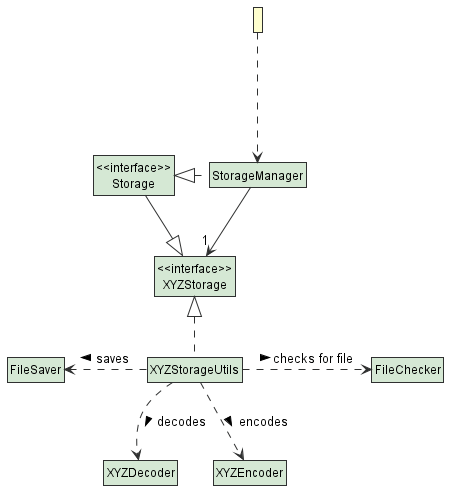
Before: docs/images/StorageClassDiagram.png, a diagram exported from PlantUML (tryyang2001/tp).
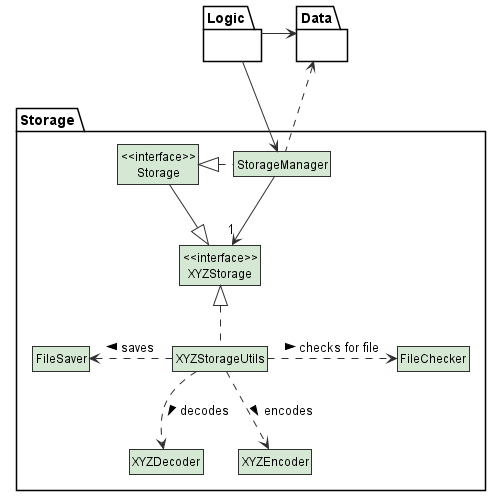
The same file after the commit.

Commit message:
Update class diagrams

What changed in the source:
```diff
@@ -6,6 +6,7 @@
 hide interface fields
 hide interface methods
 
+package Storage {
 class XYZDecoder STORAGE_COLOUR
 class XYZEncoder STORAGE_COLOUR
 
@@ -18,7 +19,17 @@
 
 class "<<interface>>\nStorage" STORAGE_COLOUR
 
-" " ...> StorageManager
+}
+
+package Data {
+}
+
+package Logic {
+}
+
+Data <.. "StorageManager"
+Logic --> "StorageManager"
+Logic -left-> Data
 
 "<<interface>>\nXYZStorage" <|-left- "<<interface>>\nStorage"
 
```
